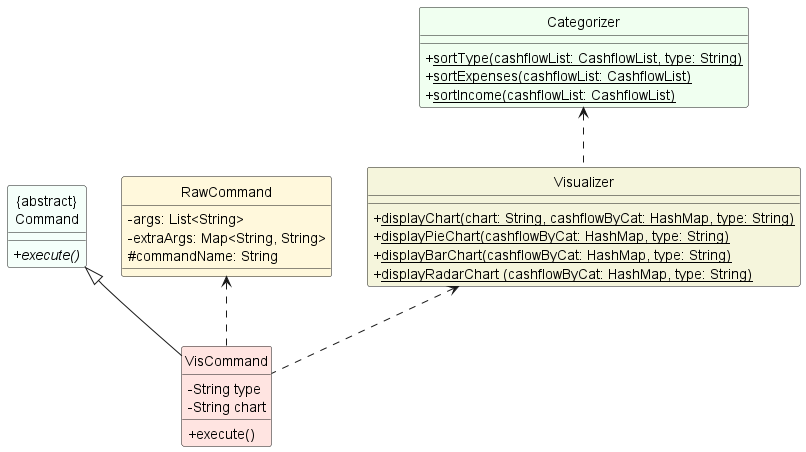
Before: docs/images/vis/visualisationClass.png, a diagram exported from PlantUML (nus-cs2113-AY2324S1/tp).
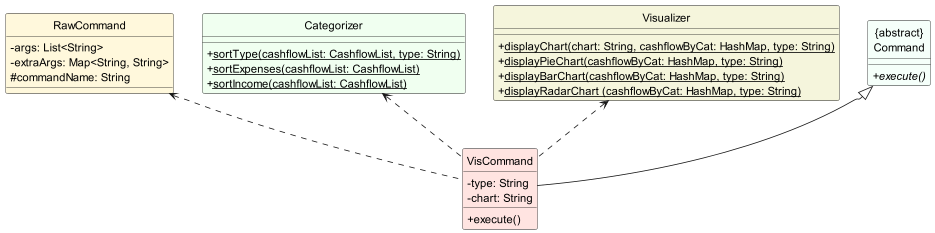
Later version of the same file.

Change to the diagram source:
```diff
@@ -2,14 +2,9 @@
 
 skinparam classFontColor automatic
 
-
-class "{abstract}\nCommand"  #MintCream {
-+execute() {abstract}
-}
-
 class VisCommand #MistyRose {
--String type
--String chart
+-type: String
+-chart: String
 +execute()
 }
 
@@ -32,9 +27,13 @@
 + <u>displayRadarChart (cashflowByCat: HashMap, type: String)
 }
 
+class "{abstract}\nCommand"  #MintCream {
++execute() {abstract}
+}
+
 "{abstract}\nCommand" <|-- VisCommand
 RawCommand <.. VisCommand
-Categorizer <.. Visualizer
+Categorizer <.. VisCommand
 Visualizer <.. VisCommand
 
 hide Circle
```
